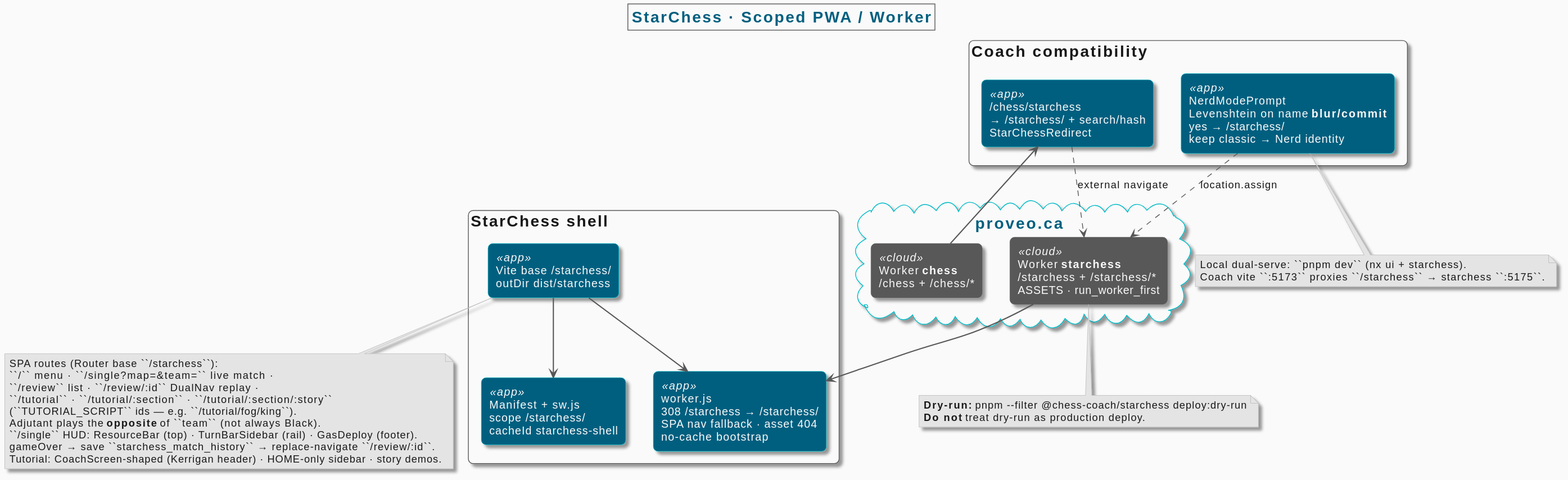
This is _spec/apps/starchess/deployment.svg from proveo-ca/chess-coach, a PlantUML export, as it was before one commit.
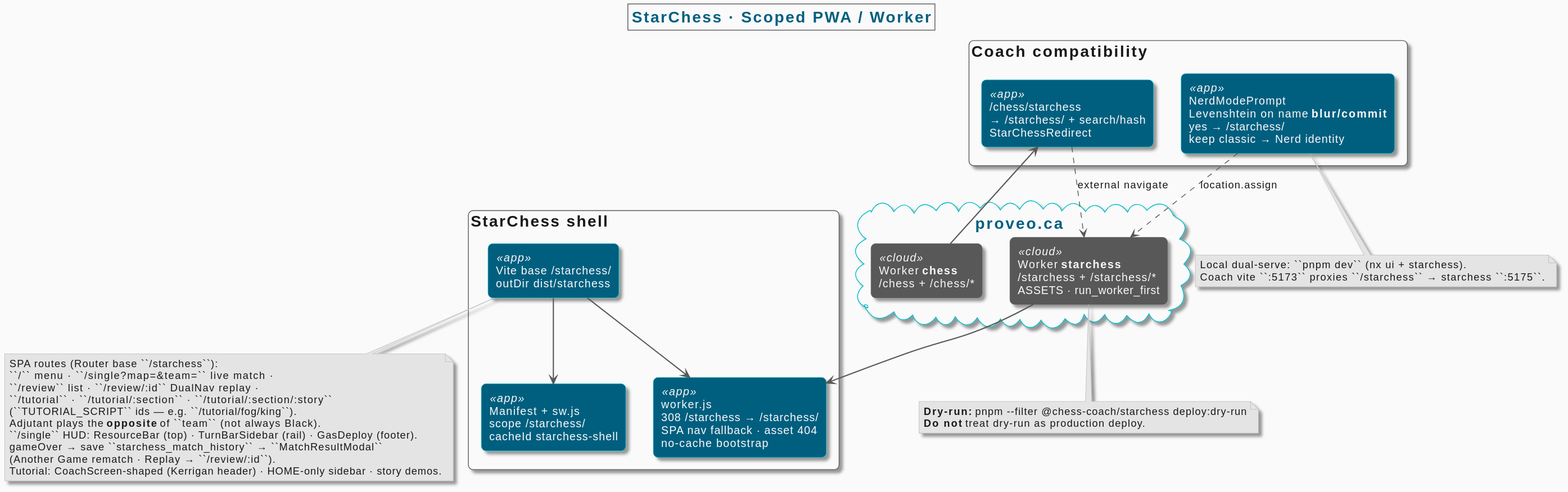
Later version of the same file.

The edit, as a diff of the source:
```diff
@@ -37,7 +37,8 @@
   (``TUTORIAL_SCRIPT`` ids — e.g. ``/tutorial/fog/king``).
   Adjutant plays the **opposite** of ``team`` (not always Black).
   ``/single`` HUD: ResourceBar (top) · TurnBarSidebar (rail) · GasDeploy (footer).
-  gameOver → save ``starchess_match_history`` → replace-navigate ``/review/:id``.
+  gameOver → save ``starchess_match_history`` → ``MatchResultModal``
+  (Another Game rematch · Replay → ``/review/:id``).
   Tutorial: CoachScreen-shaped (Kerrigan header) · HOME-only sidebar · story demos.
 end note
 
```
